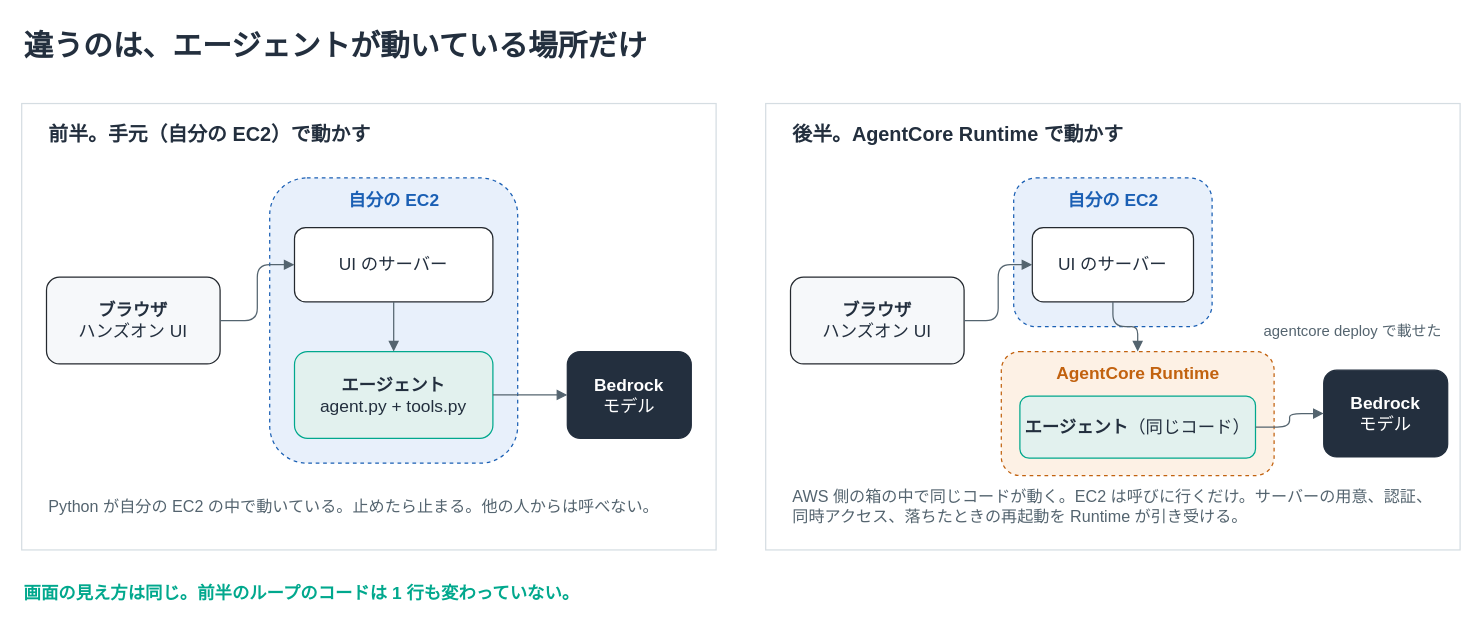
Earlier version of the draw.io diagram docs/images/local-vs-runtime.drawio (umitsu-tech/agentcore-handson-env). Source tidied: cells renumbered, new cells numbered last; positions are measured from the earlier drawing's top-left corner, leaving out a move shared by most shapes. Both pictures are drawn from the tidied source at 124%, with x=0, y=0 at pixel (21, 21).
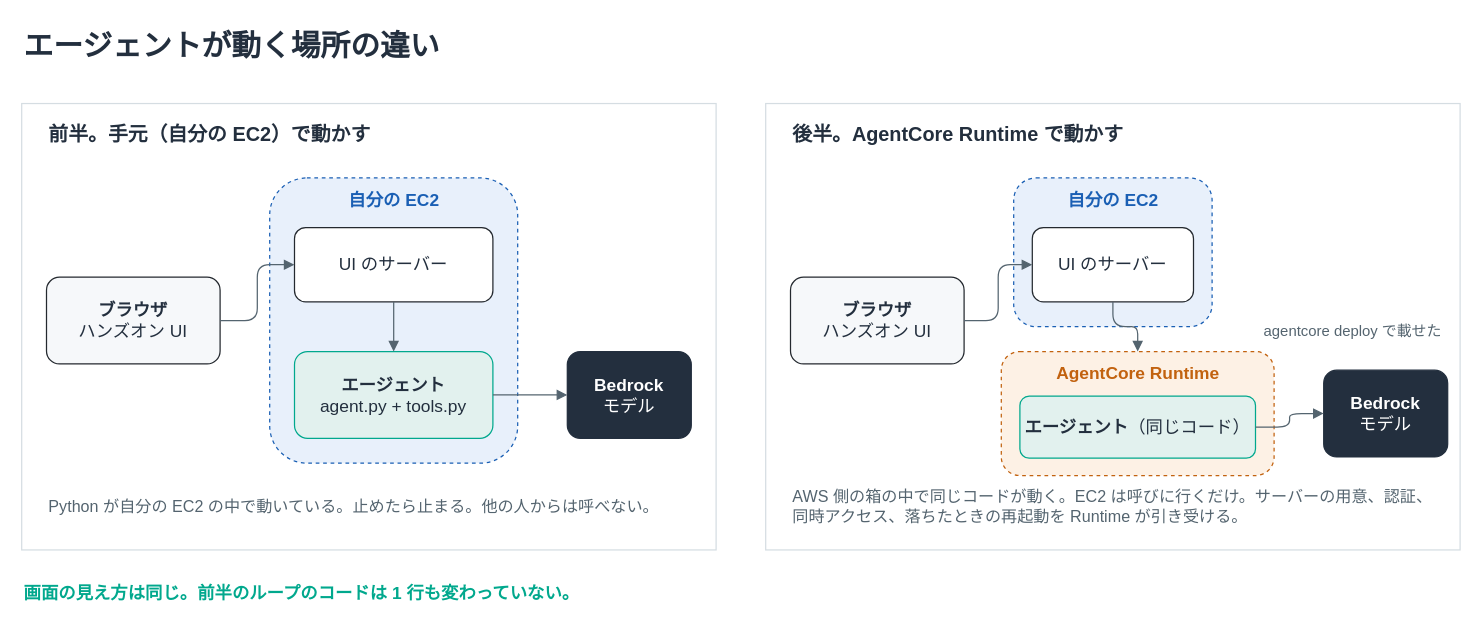
The same page after the edit.

Change to the diagram source:
```diff
@@
-    <mxCell id="2" value="違うのは、エージェントが動いている場所だけ" style="text;html=1;strokeColor=none;fillColor=none;align=left;verticalAlign=middle;whiteSpace=wrap;fontSize=24;fontStyle=1;fontColor=#232F3E;" parent="1" vertex="1">
+    <mxCell id="2" value="エージェントが動く場所の違い" style="text;html=1;strokeColor=none;fillColor=none;align=left;verticalAlign=middle;whiteSpace=wrap;fontSize=24;fontStyle=1;fontColor=#232F3E;" parent="1" vertex="1">
       <mxGeometry width="800" height="40" as="geometry" />
     </mxCell>
```
